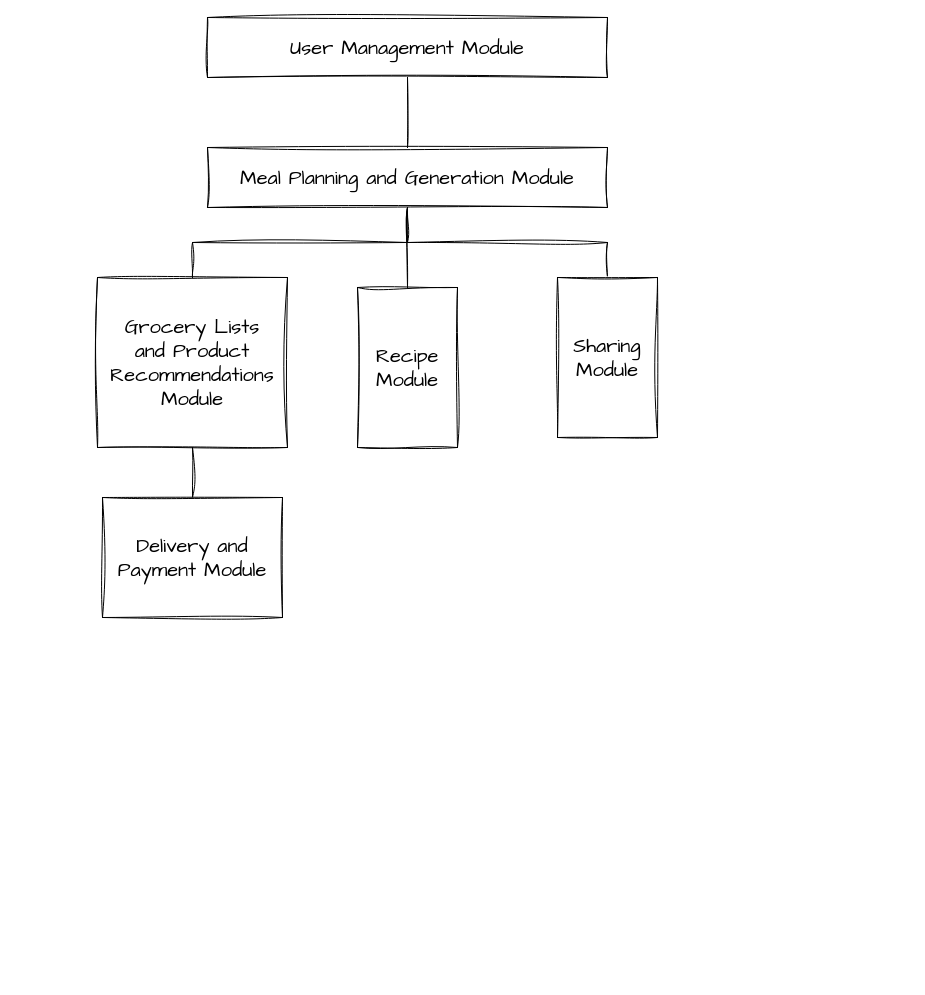
Above: docs/Diagram bez tytułu.drawio in abenteuerzeit/reviva-la-carte (draw.io), before the change. Source tidied: cells renumbered, new cells numbered last; positions are measured from the earlier drawing's top-left corner, leaving out a move shared by most shapes. Both pictures are drawn from the tidied source at 100%, with x=0, y=0 at pixel (97, 17).
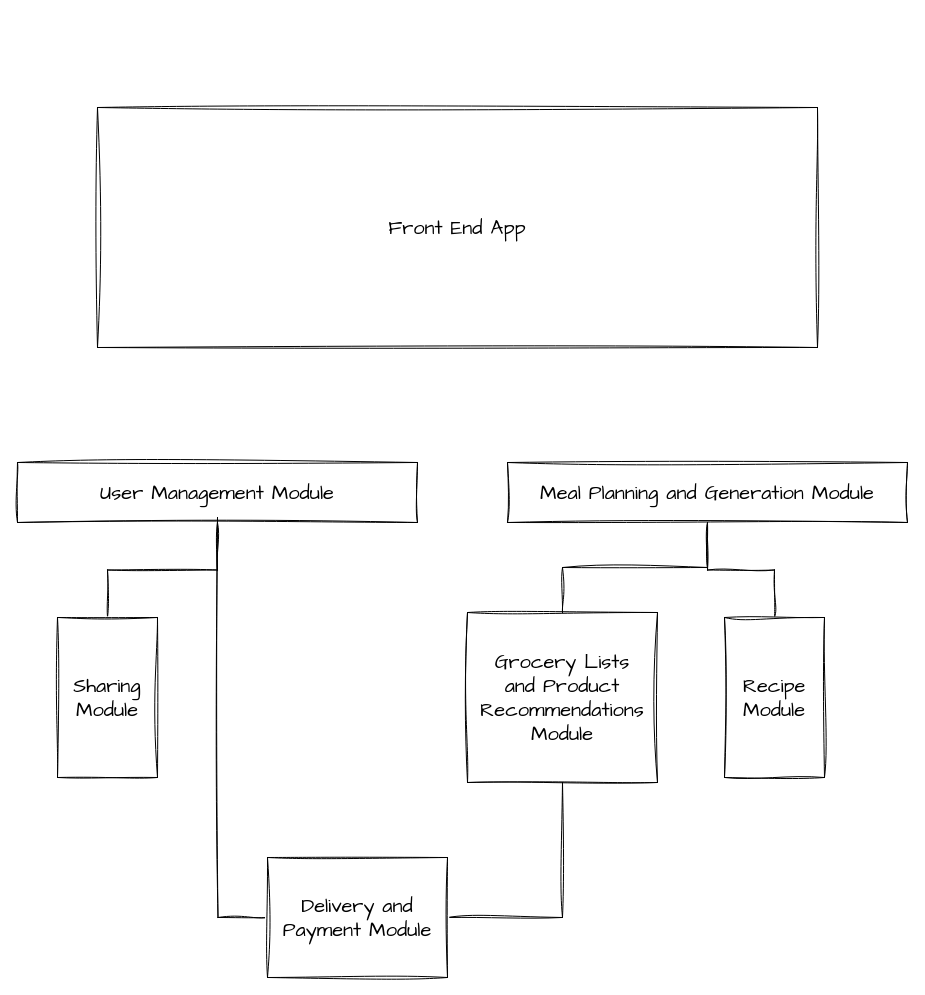
After the change.

The edit, as a diff of the source:
```diff
@@
 <mxGraphModel>
   <root>
     <mxCell id="0" />
     <mxCell id="1" parent="0" />
     <mxCell id="2" value="User Management Module" style="rounded=0;whiteSpace=wrap;html=1;sketch=1;hachureGap=4;jiggle=2;curveFitting=1;fontFamily=Architects Daughter;fontSize=20;" parent="1" vertex="1">
-      <mxGeometry x="110" width="400" height="60" as="geometry" />
+      <mxGeometry x="-80" y="445" width="400" height="60" as="geometry" />
     </mxCell>
     <mxCell id="3" value="Meal Planning and Generation Module" style="rounded=0;whiteSpace=wrap;html=1;sketch=1;hachureGap=4;jiggle=2;curveFitting=1;fontFamily=Architects Daughter;fontSize=20;" parent="1" vertex="1">
-      <mxGeometry x="110" y="130" width="400" height="60" as="geometry" />
+      <mxGeometry x="410" y="445" width="400" height="60" as="geometry" />
     </mxCell>
-    <mxCell id="4" style="edgeStyle=orthogonalEdgeStyle;rounded=0;sketch=1;hachureGap=4;jiggle=2;curveFitting=1;jettySize=auto;html=1;exitX=0.5;exitY=0;exitDx=0;exitDy=0;entryX=0.5;entryY=1;entryDx=0;entryDy=0;fontFamily=Architects Daughter;fontSize=16;endArrow=none;endFill=0;" parent="1" edge="1" source="5" target="3">
+    <mxCell id="4" style="edgeStyle=orthogonalEdgeStyle;rounded=0;sketch=1;hachureGap=4;jiggle=2;curveFitting=1;jettySize=auto;html=1;fontFamily=Architects Daughter;fontSize=16;endArrow=none;endFill=0;" parent="1" edge="1" source="5" target="3">
       <mxGeometry relative="1" as="geometry" />
     </mxCell>
     <mxCell id="5" value="Grocery Lists &lt;br&gt;and Product&lt;br&gt;Recommendations Module" style="rounded=0;whiteSpace=wrap;html=1;sketch=1;hachureGap=4;jiggle=2;curveFitting=1;fontFamily=Architects Daughter;fontSize=20;" parent="1" vertex="1">
-      <mxGeometry y="260" width="190" height="170" as="geometry" />
+      <mxGeometry x="370" y="595" width="190" height="170" as="geometry" />
     </mxCell>
+    <mxCell id="13" style="edgeStyle=orthogonalEdgeStyle;rounded=0;sketch=1;hachureGap=4;jiggle=2;curveFitting=1;jettySize=auto;html=1;fontFamily=Architects Daughter;fontSize=16;endArrow=none;endFill=0;" parent="1" edge="1" source="6" target="3">
+      <mxGeometry relative="1" as="geometry" />
+    </mxCell>
     <mxCell id="6" value="Recipe &lt;br&gt;Module" style="rounded=0;whiteSpace=wrap;html=1;sketch=1;hachureGap=4;jiggle=2;curveFitting=1;fontFamily=Architects Daughter;fontSize=20;" parent="1" vertex="1">
-      <mxGeometry x="260" y="270" width="100" height="160" as="geometry" />
+      <mxGeometry x="627" y="600" width="100" height="160" as="geometry" />
     </mxCell>
-    <mxCell id="7" style="edgeStyle=orthogonalEdgeStyle;rounded=0;sketch=1;hachureGap=4;jiggle=2;curveFitting=1;jettySize=auto;html=1;fontFamily=Architects Daughter;fontSize=16;endArrow=none;endFill=0;" parent="1" edge="1" source="8" target="3">
-      <mxGeometry relative="1" as="geometry" />
-    </mxCell>
+    <mxCell id="14" style="edgeStyle=orthogonalEdgeStyle;rounded=0;sketch=1;hachureGap=4;jiggle=2;curveFitting=1;jettySize=auto;html=1;fontFamily=Architects Daughter;fontSize=16;endArrow=none;endFill=0;" parent="1" edge="1" source="8" target="2">
+      <mxGeometry relative="1" as="geometry" />
+    </mxCell>
     <mxCell id="8" value="Sharing Module" style="rounded=0;whiteSpace=wrap;html=1;sketch=1;hachureGap=4;jiggle=2;curveFitting=1;fontFamily=Architects Daughter;fontSize=20;" parent="1" vertex="1">
-      <mxGeometry x="460" y="260" width="100" height="160" as="geometry" />
+      <mxGeometry x="-40" y="600" width="100" height="160" as="geometry" />
     </mxCell>
     <mxCell id="9" style="edgeStyle=orthogonalEdgeStyle;rounded=0;sketch=1;hachureGap=4;jiggle=2;curveFitting=1;jettySize=auto;html=1;fontFamily=Architects Daughter;fontSize=16;endArrow=none;endFill=0;" parent="1" edge="1" source="10" target="5">
       <mxGeometry relative="1" as="geometry" />
     </mxCell>
+    <mxCell id="15" style="edgeStyle=orthogonalEdgeStyle;rounded=0;sketch=1;hachureGap=4;jiggle=2;curveFitting=1;jettySize=auto;html=1;fontFamily=Architects Daughter;fontSize=16;endArrow=none;endFill=0;" parent="1" edge="1" source="10">
+      <mxGeometry relative="1" as="geometry">
+        <mxPoint x="120" y="500" as="targetPoint" />
+      </mxGeometry>
+    </mxCell>
     <mxCell id="10" value=" Delivery and Payment Module" style="rounded=0;whiteSpace=wrap;html=1;sketch=1;hachureGap=4;jiggle=2;curveFitting=1;fontFamily=Architects Daughter;fontSize=20;" parent="1" vertex="1">
-      <mxGeometry x="5" y="480" width="180" height="120" as="geometry" />
+      <mxGeometry x="170" y="840" width="180" height="120" as="geometry" />
     </mxCell>
-    <mxCell id="11" style="endArrow=none;html=1;rounded=0;sketch=1;hachureGap=4;jiggle=2;curveFitting=1;fontFamily=Architects Daughter;fontSize=16;entryX=0.5;entryY=1;entryDx=0;entryDy=0;" parent="1" edge="1" target="2">
-      <mxGeometry relative="1" as="geometry">
-        <mxPoint x="310" y="130" as="sourcePoint" />
-      </mxGeometry>
-    </mxCell>
-    <mxCell id="12" style="endArrow=none;html=1;rounded=0;sketch=1;hachureGap=4;jiggle=2;curveFitting=1;fontFamily=Architects Daughter;fontSize=16;entryX=0.5;entryY=0;entryDx=0;entryDy=0;exitX=0.5;exitY=1;exitDx=0;exitDy=0;" parent="1" edge="1" source="3" target="6">
-      <mxGeometry relative="1" as="geometry" />
-    </mxCell>
+    <mxCell id="16" value="Front End App" style="rounded=0;whiteSpace=wrap;html=1;sketch=1;hachureGap=4;jiggle=2;curveFitting=1;fontFamily=Architects Daughter;fontSize=20;fillColor=none;" parent="1" vertex="1">
+      <mxGeometry y="90" width="720" height="240" as="geometry" />
+    </mxCell>
   </root>
 </mxGraphModel>
```
